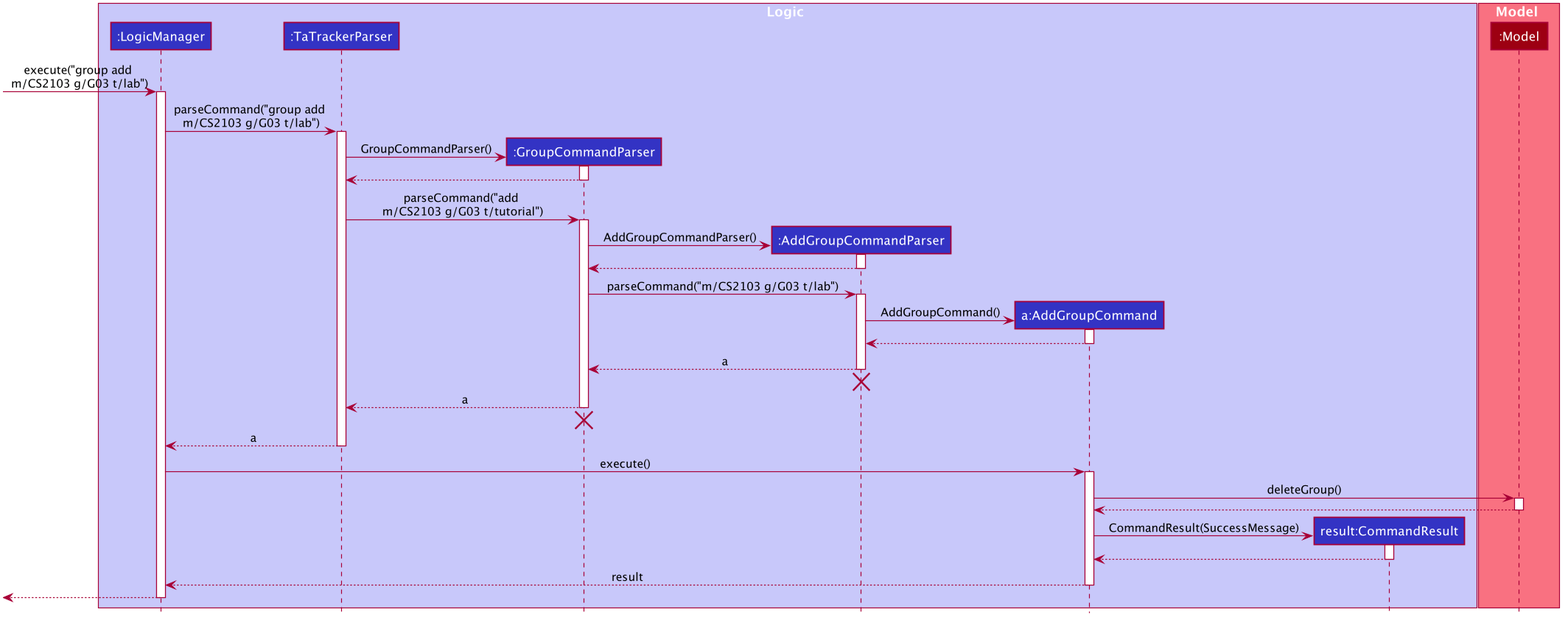
The PlantUML diagram docs/images/AddGroupSequenceDiagram.png in nus-cs2103-AY1920S2/addressbook-level3, before a commit.
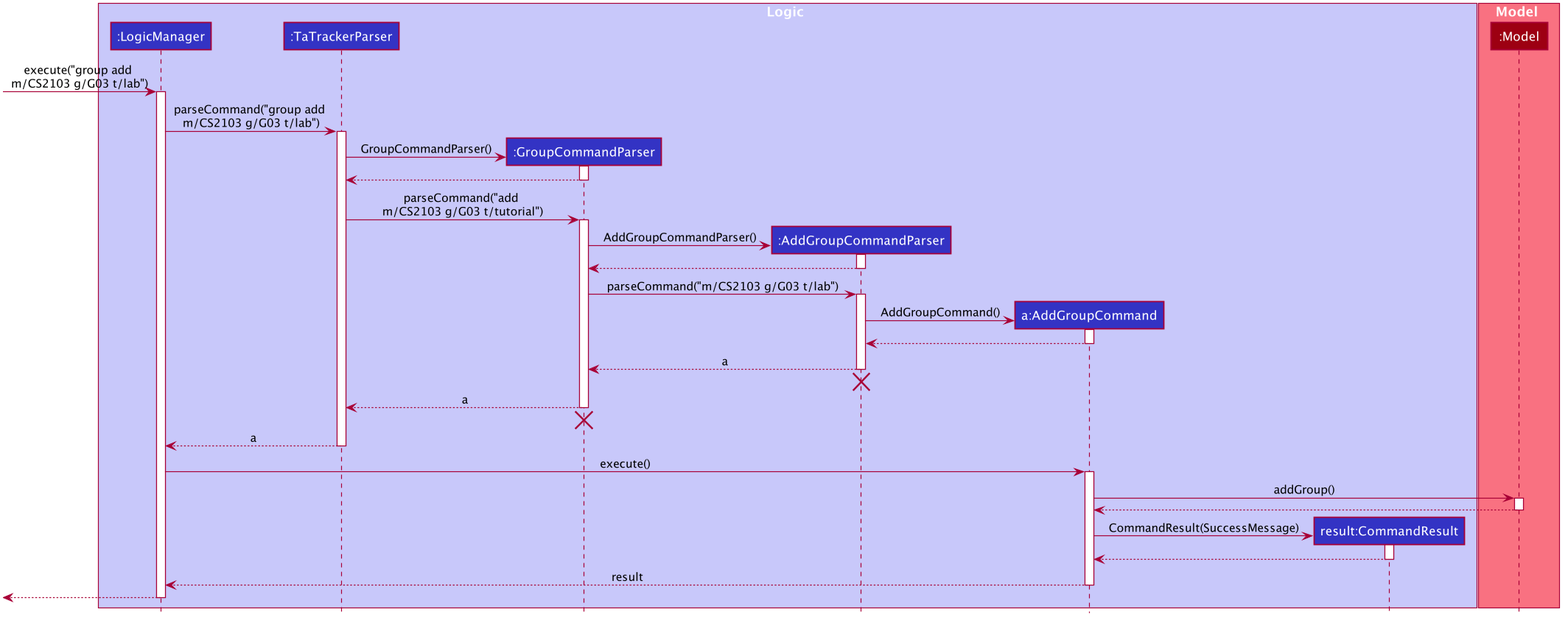
After the change.

Commit message:
Update the add module sequence diagram

What changed in the source:
```diff
@@ -107,7 +107,7 @@
 LogicManager -> AddGroupCommand : execute()
 activate AddGroupCommand
 
-AddGroupCommand -> Model : deleteGroup()
+AddGroupCommand -> Model : addGroup()
 activate Model
 Model --> AddGroupCommand
 deactivate Model
```
